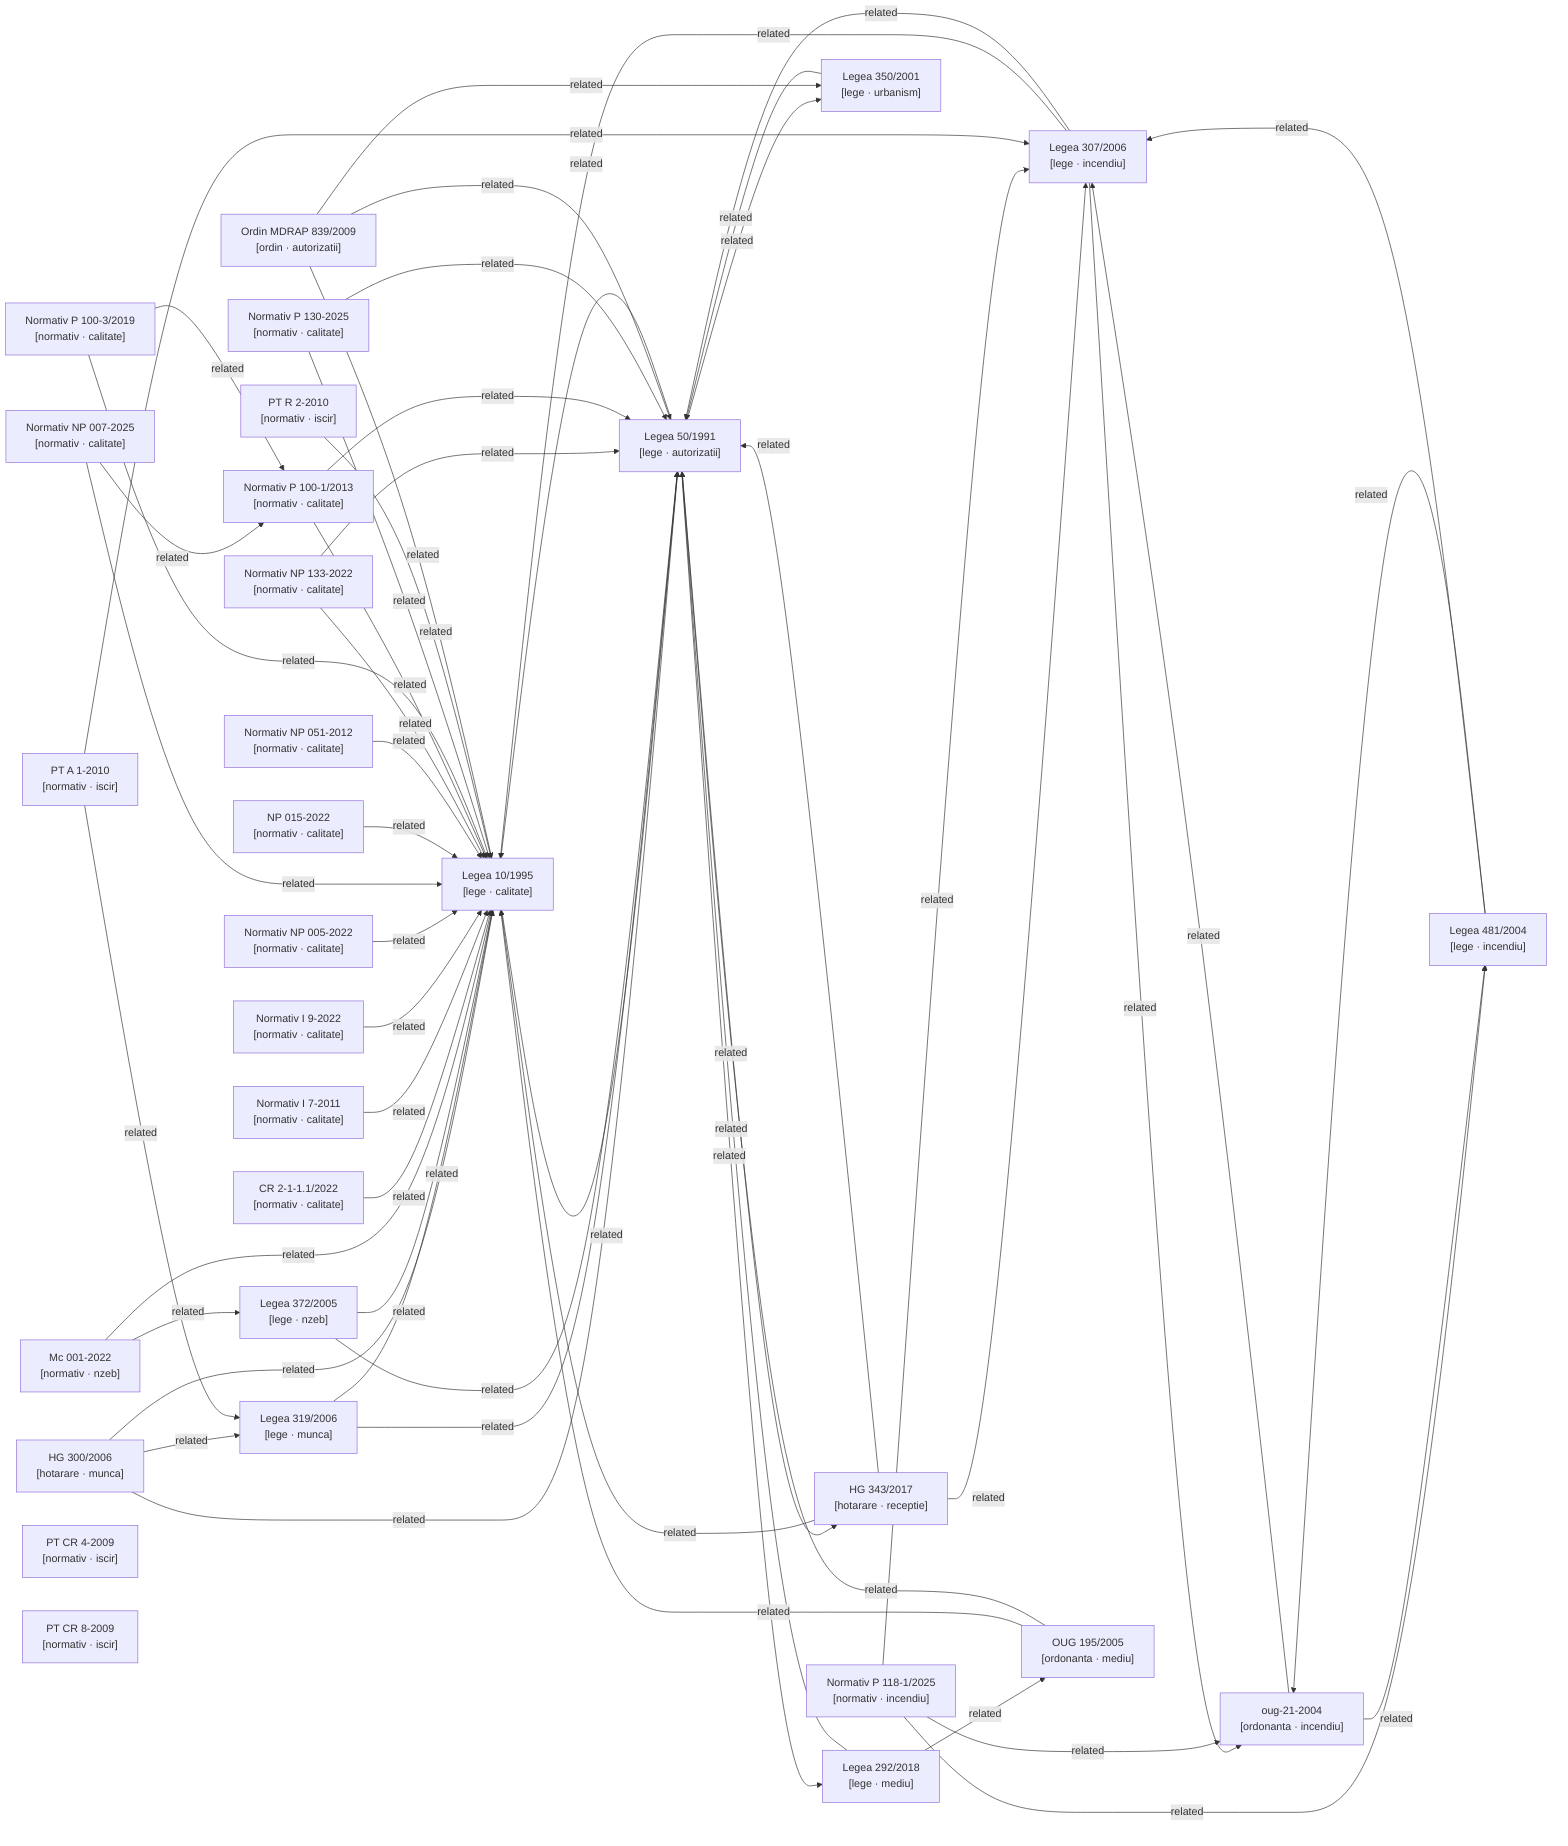
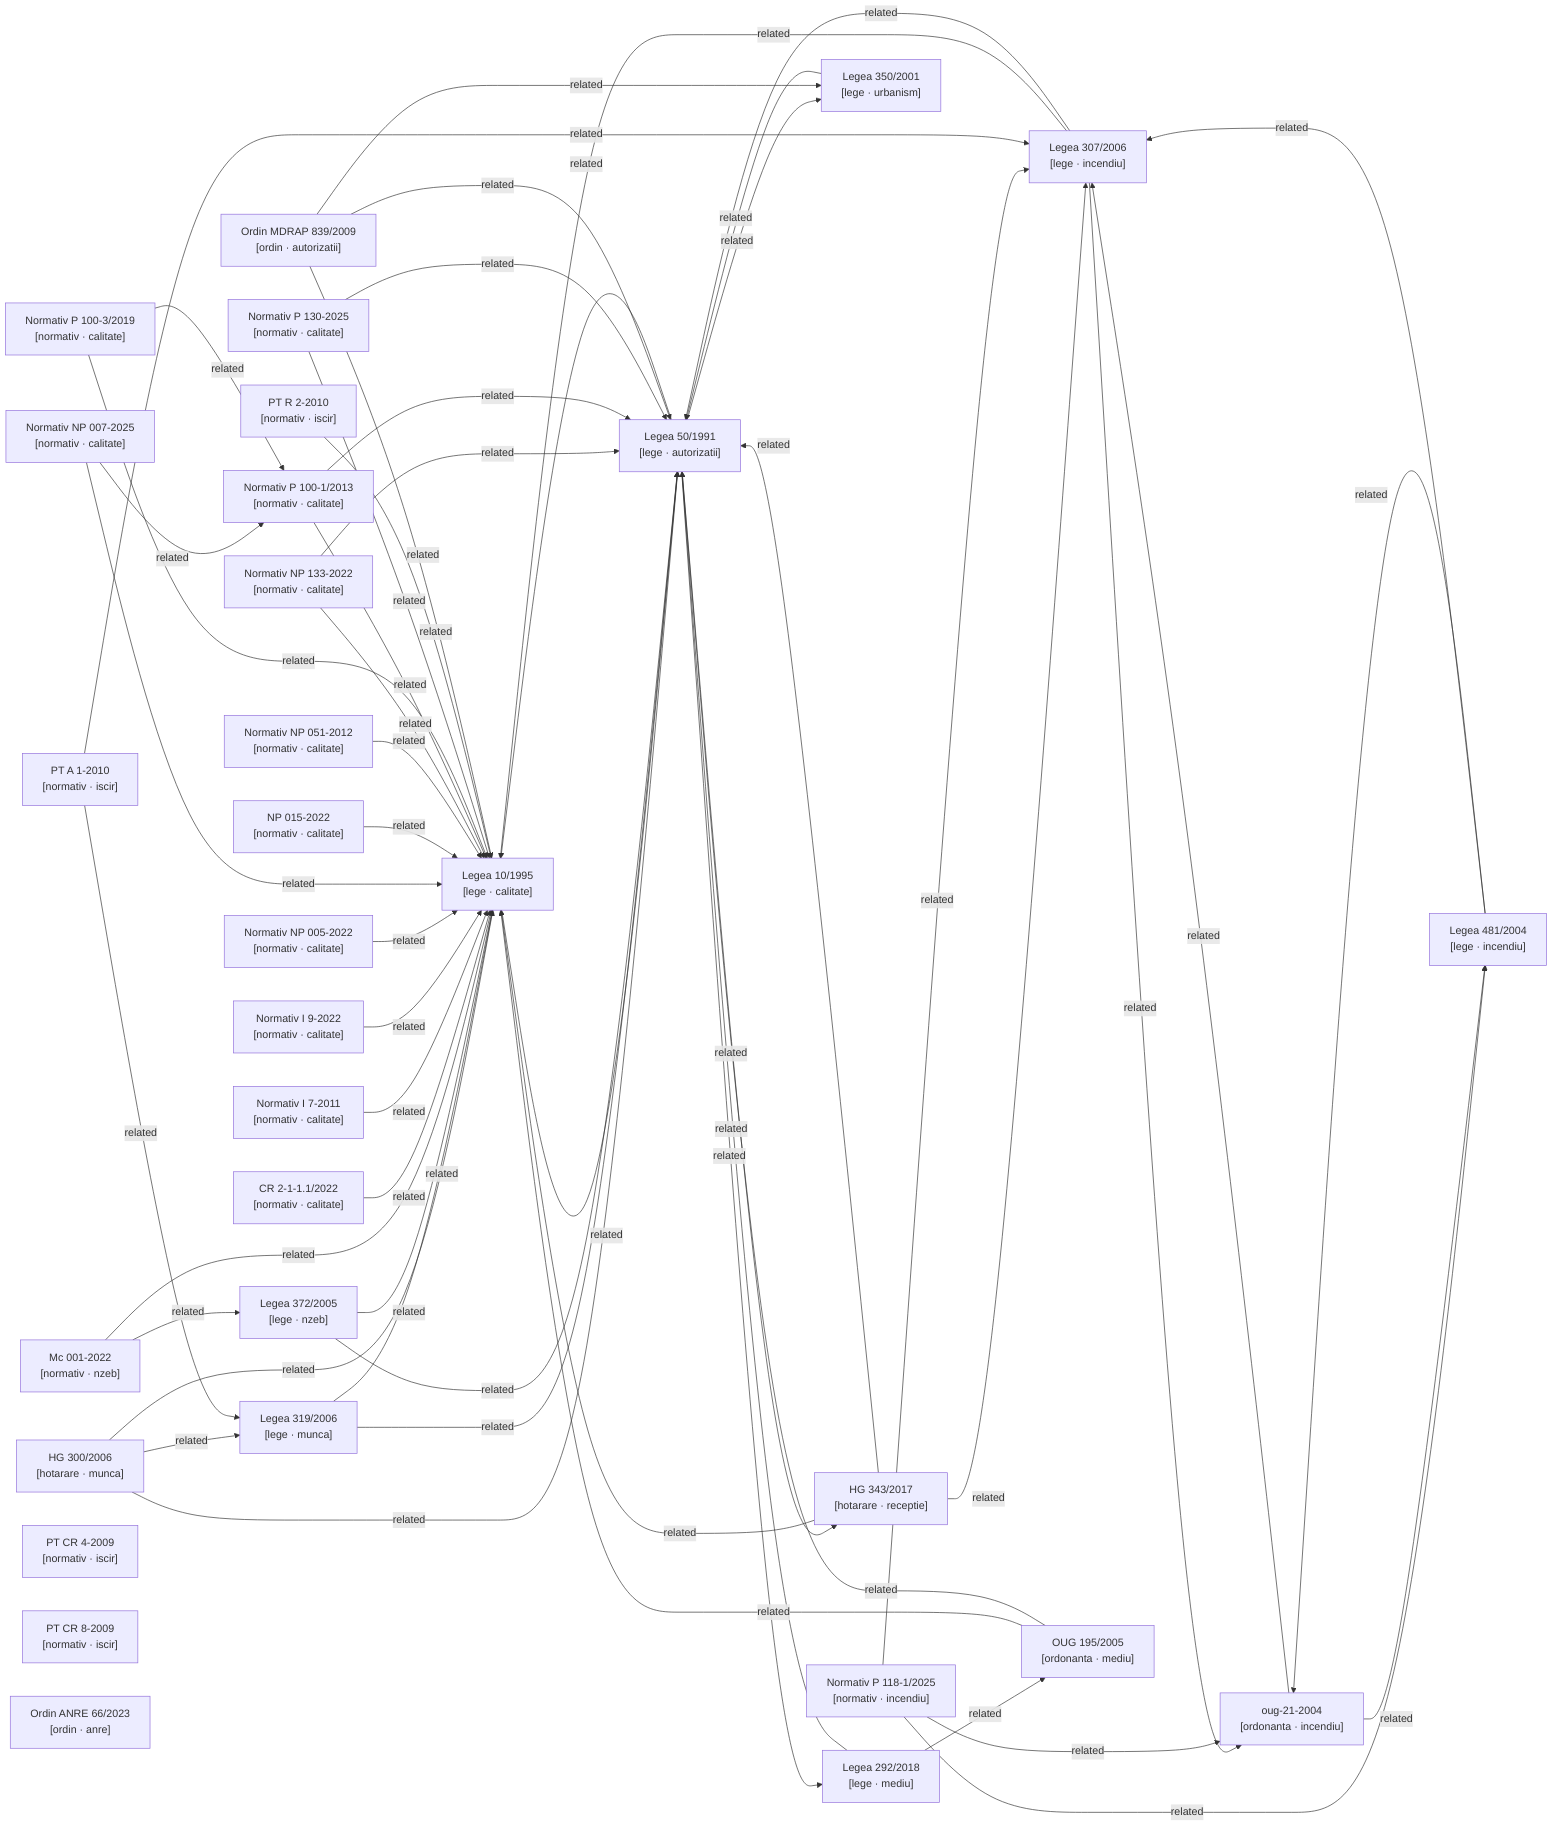
graph LR

  %% Nodes
  hg-300-2006["HG 300/2006\n[hotarare · munca]"]
  hg-343-2017["HG 343/2017\n[hotarare · receptie]"]
  lege-10-1995["Legea 10/1995\n[lege · calitate]"]
  lege-292-2018["Legea 292/2018\n[lege · mediu]"]
  lege-307-2006["Legea 307/2006\n[lege · incendiu]"]
  lege-319-2006["Legea 319/2006\n[lege · munca]"]
  lege-350-2001["Legea 350/2001\n[lege · urbanism]"]
  lege-372-2005["Legea 372/2005\n[lege · nzeb]"]
  lege-481-2004["Legea 481/2004\n[lege · incendiu]"]
  lege-50-1991["Legea 50/1991\n[lege · autorizatii]"]
  metodologie-mc001-2022["Mc 001-2022\n[normativ · nzeb]"]
  normativ-cr2-1-1-1-2022["CR 2-1-1.1/2022\n[normativ · calitate]"]
  normativ-i7-2011["Normativ I 7-2011\n[normativ · calitate]"]
  normativ-i9-2022["Normativ I 9-2022\n[normativ · calitate]"]
  normativ-np005-2022["Normativ NP 005-2022\n[normativ · calitate]"]
  normativ-np007-2025["Normativ NP 007-2025\n[normativ · calitate]"]
  normativ-np015-2022["NP 015-2022\n[normativ · calitate]"]
  normativ-np051-2012["Normativ NP 051-2012\n[normativ · calitate]"]
  normativ-np133-2022["Normativ NP 133-2022\n[normativ · calitate]"]
  normativ-p100-1-2013["Normativ P 100-1/2013\n[normativ · calitate]"]
  normativ-p100-3-2019["Normativ P 100-3/2019\n[normativ · calitate]"]
  normativ-p118-1-2025["Normativ P 118-1/2025\n[normativ · incendiu]"]
  normativ-p130-2025["Normativ P 130-2025\n[normativ · calitate]"]
  normativ-pt-a1-2010["PT A 1-2010\n[normativ · iscir]"]
  normativ-pt-cr4-2009["PT CR 4-2009\n[normativ · iscir]"]
  normativ-pt-cr8-2009["PT CR 8-2009\n[normativ · iscir]"]
  normativ-pt-r2-2010["PT R 2-2010\n[normativ · iscir]"]
  ordin-839-2009["Ordin MDRAP 839/2009\n[ordin · autorizatii]"]
+   ordin-anre-66-2023["Ordin ANRE 66/2023\n[ordin · anre]"]
  oug-195-2005["OUG 195/2005\n[ordonanta · mediu]"]
  oug-21-2004["oug-21-2004\n[ordonanta · incendiu]"]

  %% Confirmed relationships (from metadata related_acts)
  hg-300-2006 -->|related| lege-10-1995
  hg-300-2006 -->|related| lege-319-2006
  hg-300-2006 -->|related| lege-50-1991
  hg-343-2017 -->|related| lege-10-1995
  hg-343-2017 -->|related| lege-307-2006
  hg-343-2017 -->|related| lege-50-1991
  lege-10-1995 -->|related| lege-50-1991
  lege-292-2018 -->|related| lege-50-1991
  lege-292-2018 -->|related| oug-195-2005
  lege-307-2006 -->|related| lege-10-1995
  lege-307-2006 -->|related| lege-50-1991
  lege-307-2006 -->|related| oug-21-2004
  lege-319-2006 -->|related| lege-10-1995
  lege-319-2006 -->|related| lege-50-1991
  lege-350-2001 -->|related| lege-50-1991
  lege-372-2005 -->|related| lege-10-1995
  lege-372-2005 -->|related| lege-50-1991
  lege-481-2004 -->|related| lege-307-2006
  lege-481-2004 -->|related| oug-21-2004
  lege-50-1991 -->|related| hg-343-2017
  lege-50-1991 -->|related| lege-10-1995
  lege-50-1991 -->|related| lege-292-2018
  lege-50-1991 -->|related| lege-350-2001
  metodologie-mc001-2022 -->|related| lege-10-1995
  metodologie-mc001-2022 -->|related| lege-372-2005
  normativ-cr2-1-1-1-2022 -->|related| lege-10-1995
  normativ-i7-2011 -->|related| lege-10-1995
  normativ-i9-2022 -->|related| lege-10-1995
  normativ-np005-2022 -->|related| lege-10-1995
  normativ-np007-2025 -->|related| lege-10-1995
  normativ-np007-2025 -->|related| normativ-p100-1-2013
  normativ-np015-2022 -->|related| lege-10-1995
  normativ-np051-2012 -->|related| lege-10-1995
  normativ-np133-2022 -->|related| lege-10-1995
  normativ-np133-2022 -->|related| lege-50-1991
  normativ-p100-1-2013 -->|related| lege-10-1995
  normativ-p100-1-2013 -->|related| lege-50-1991
  normativ-p100-3-2019 -->|related| lege-10-1995
  normativ-p100-3-2019 -->|related| normativ-p100-1-2013
  normativ-p118-1-2025 -->|related| lege-307-2006
  normativ-p118-1-2025 -->|related| lege-481-2004
  normativ-p118-1-2025 -->|related| oug-21-2004
  normativ-p130-2025 -->|related| lege-10-1995
  normativ-p130-2025 -->|related| lege-50-1991
  normativ-pt-a1-2010 -->|related| lege-307-2006
  normativ-pt-a1-2010 -->|related| lege-319-2006
  normativ-pt-r2-2010 -->|related| lege-10-1995
  ordin-839-2009 -->|related| lege-10-1995
  ordin-839-2009 -->|related| lege-350-2001
  ordin-839-2009 -->|related| lege-50-1991
  oug-195-2005 -->|related| lege-10-1995
  oug-195-2005 -->|related| lege-50-1991
  oug-21-2004 -->|related| lege-307-2006
  oug-21-2004 -->|related| lege-481-2004

  %% Auto-detected relationships (needs_review)
